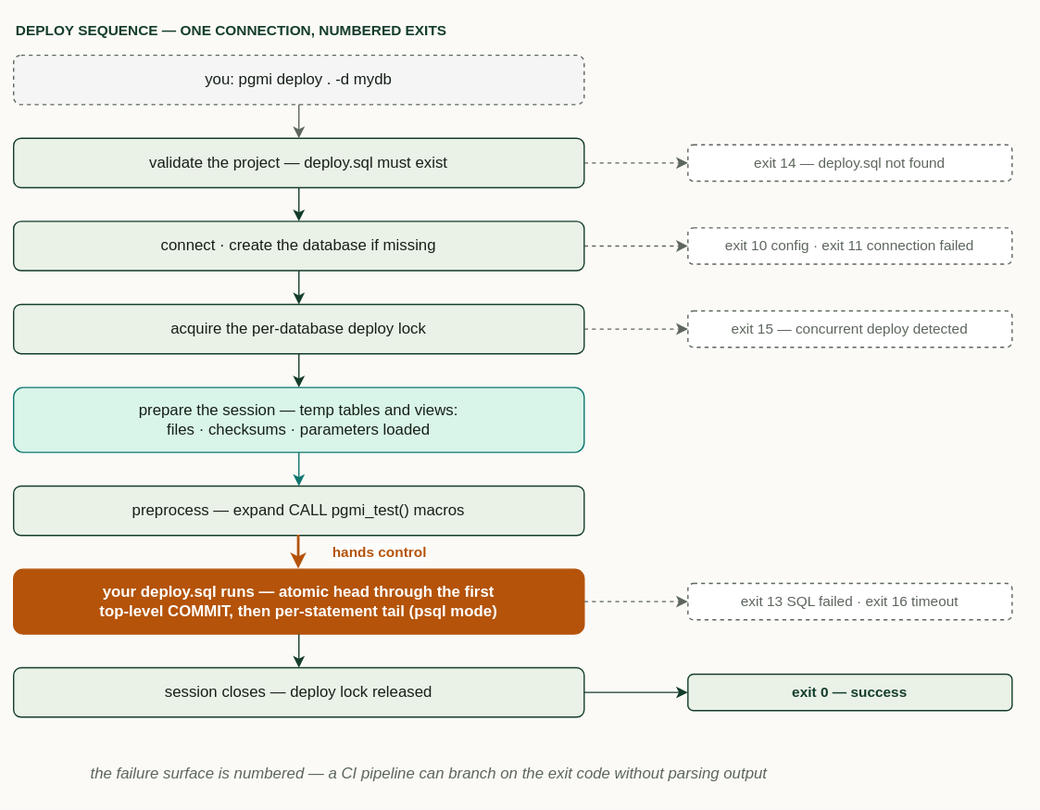
vvka-141/pgmi keeps this draw.io diagram as docs/diagrams/d04-deploy-sequence.drawio.svg. Above is the earlier version. Source tidied: cells renumbered, new cells last; positions are measured from the earlier drawing's top-left corner, leaving out a move shared by most shapes.
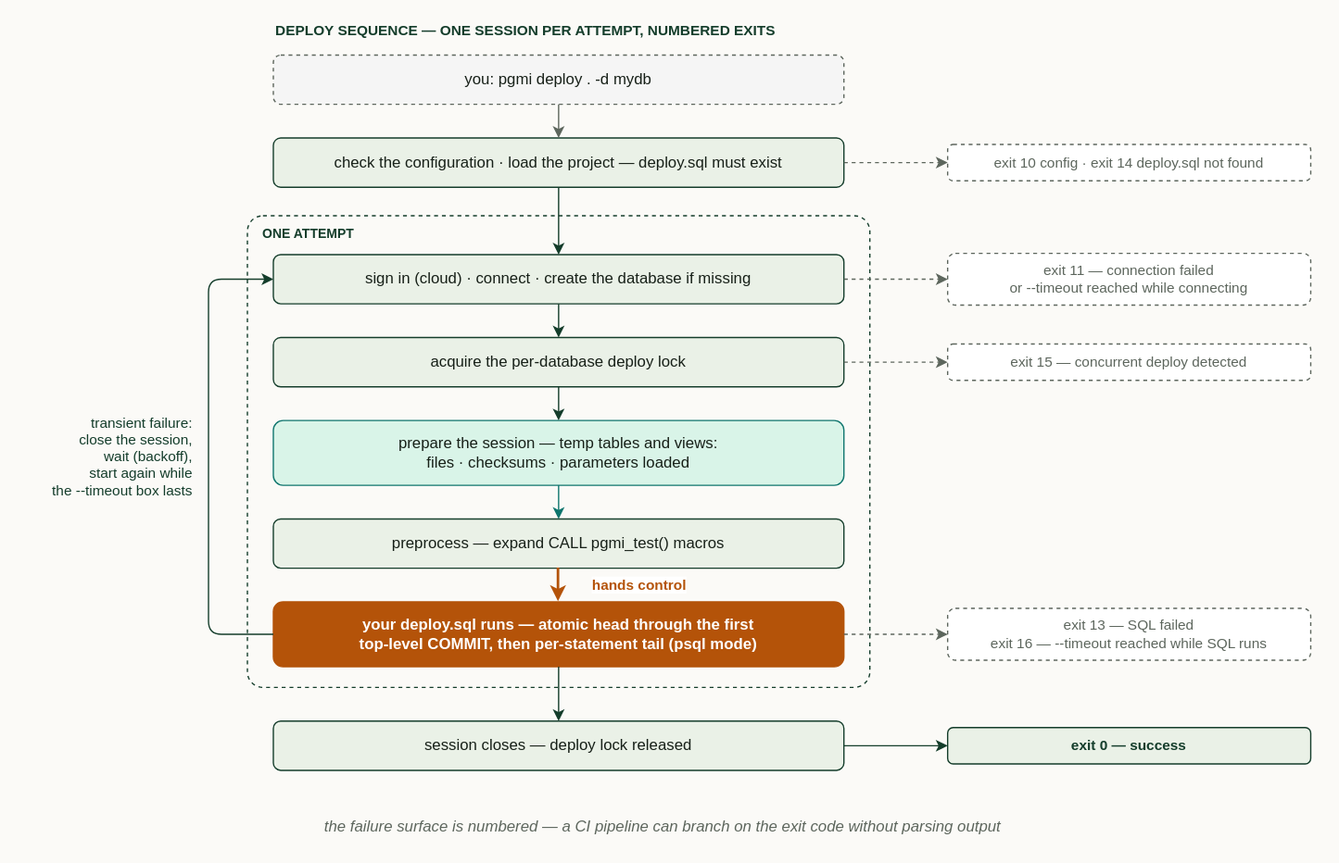
The same file after the commit.

Commit message:
docs: the session API, deploy sequence and connection diagrams describe 0.20 (PGMI-835)

What changed in the source:
```diff
@@ -2,32 +2,35 @@
   <root>
     <mxCell id="0" />
     <mxCell id="1" parent="0" />
-    <mxCell id="2" value="DEPLOY SEQUENCE — ONE CONNECTION, NUMBERED EXITS" style="text;html=1;align=left;fontStyle=1;fontSize=11;fontColor=#143d2b;" parent="1" vertex="1">
-      <mxGeometry width="440" height="20" as="geometry" />
+    <mxCell id="2" value="DEPLOY SEQUENCE — ONE SESSION PER ATTEMPT, NUMBERED EXITS" style="text;html=1;align=left;fontStyle=1;fontSize=11;fontColor=#143d2b;" parent="1" vertex="1">
+      <mxGeometry x="80" width="520" height="20" as="geometry" />
     </mxCell>
+    <mxCell id="29" value="ONE ATTEMPT" style="rounded=1;absoluteArcSize=1;arcSize=24;whiteSpace=wrap;html=1;fillColor=none;strokeColor=#143d2b;dashed=1;verticalAlign=top;align=left;fontStyle=1;fontSize=10;fontColor=#143d2b;spacingLeft=10;spacingTop=2;" parent="1" vertex="1">
+      <mxGeometry x="60" y="156" width="480" height="364" as="geometry" />
+    </mxCell>
     <mxCell id="3" value="you: pgmi deploy . -d mydb" style="rounded=1;whiteSpace=wrap;html=1;fillColor=#f5f5f5;strokeColor=#5d665d;dashed=1;fontColor=#172018;fontSize=12;" parent="1" vertex="1">
-      <mxGeometry y="32" width="440" height="38" as="geometry" />
+      <mxGeometry x="80" y="32" width="440" height="38" as="geometry" />
     </mxCell>
-    <mxCell id="4" value="validate the project — deploy.sql must exist" style="rounded=1;whiteSpace=wrap;html=1;fillColor=#eaf1e7;strokeColor=#143d2b;fontColor=#172018;fontSize=12;" parent="1" vertex="1">
-      <mxGeometry y="96" width="440" height="38" as="geometry" />
+    <mxCell id="4" value="check the configuration · load the project — deploy.sql must exist" style="rounded=1;whiteSpace=wrap;html=1;fillColor=#eaf1e7;strokeColor=#143d2b;fontColor=#172018;fontSize=12;" parent="1" vertex="1">
+      <mxGeometry x="80" y="96" width="440" height="38" as="geometry" />
     </mxCell>
-    <mxCell id="5" value="connect · create the database if missing" style="rounded=1;whiteSpace=wrap;html=1;fillColor=#eaf1e7;strokeColor=#143d2b;fontColor=#172018;fontSize=12;" parent="1" vertex="1">
-      <mxGeometry y="160" width="440" height="38" as="geometry" />
+    <mxCell id="5" value="sign in (cloud) · connect · create the database if missing" style="rounded=1;whiteSpace=wrap;html=1;fillColor=#eaf1e7;strokeColor=#143d2b;fontColor=#172018;fontSize=12;" parent="1" vertex="1">
+      <mxGeometry x="80" y="186" width="440" height="38" as="geometry" />
     </mxCell>
     <mxCell id="6" value="acquire the per-database deploy lock" style="rounded=1;whiteSpace=wrap;html=1;fillColor=#eaf1e7;strokeColor=#143d2b;fontColor=#172018;fontSize=12;" parent="1" vertex="1">
-      <mxGeometry y="224" width="440" height="38" as="geometry" />
+      <mxGeometry x="80" y="250" width="440" height="38" as="geometry" />
     </mxCell>
     <mxCell id="7" value="prepare the session — temp tables and views:&#10;files · checksums · parameters loaded" style="rounded=1;whiteSpace=wrap;html=1;fillColor=#d9f4e8;strokeColor=#0f766e;fontColor=#172018;fontSize=12;" parent="1" vertex="1">
-      <mxGeometry y="288" width="440" height="50" as="geometry" />
+      <mxGeometry x="80" y="314" width="440" height="50" as="geometry" />
     </mxCell>
     <mxCell id="8" value="preprocess — expand CALL pgmi_test() macros" style="rounded=1;whiteSpace=wrap;html=1;fillColor=#eaf1e7;strokeColor=#143d2b;fontColor=#172018;fontSize=12;" parent="1" vertex="1">
-      <mxGeometry y="364" width="440" height="38" as="geometry" />
+      <mxGeometry x="80" y="390" width="440" height="38" as="geometry" />
     </mxCell>
     <mxCell id="9" value="your deploy.sql runs — atomic head through the first&#10;top-level COMMIT, then per-statement tail (psql mode)" style="rounded=1;whiteSpace=wrap;html=1;fillColor=#b45309;strokeColor=#b45309;fontColor=#ffffff;fontStyle=1;fontSize=12;" parent="1" vertex="1">
-      <mxGeometry y="428" width="440" height="50" as="geometry" />
+      <mxGeometry x="80" y="454" width="440" height="50" as="geometry" />
     </mxCell>
     <mxCell id="10" value="session closes — deploy lock released" style="rounded=1;whiteSpace=wrap;html=1;fillColor=#eaf1e7;strokeColor=#143d2b;fontColor=#172018;fontSize=12;" parent="1" vertex="1">
-      <mxGeometry y="504" width="440" height="38" as="geometry" />
+      <mxGeometry x="80" y="546" width="440" height="38" as="geometry" />
     </mxCell>
     <mxCell id="11" style="edgeStyle=orthogonalEdgeStyle;rounded=1;html=1;endArrow=classic;strokeColor=#5d665d;exitX=0.5;exitY=1;entryX=0.5;entryY=0;" parent="1" edge="1" source="3" target="4">
       <mxGeometry relative="1" as="geometry" />
@@ -52,20 +55,31 @@
     <mxCell id="17" style="edgeStyle=orthogonalEdgeStyle;rounded=1;html=1;endArrow=classic;strokeColor=#143d2b;exitX=0.5;exitY=1;entryX=0.5;entryY=0;" parent="1" edge="1" source="9" target="10">
       <mxGeometry relative="1" as="geometry" />
     </mxCell>
+    <mxCell id="30" style="edgeStyle=orthogonalEdgeStyle;rounded=1;html=1;endArrow=classic;strokeColor=#143d2b;exitX=0;exitY=0.5;entryX=0;entryY=0.5;" parent="1" edge="1" source="9" target="5">
+      <mxGeometry relative="1" as="geometry">
+        <Array as="points">
+          <mxPoint x="30" y="479" />
+          <mxPoint x="30" y="205" />
+        </Array>
+      </mxGeometry>
+    </mxCell>
+    <mxCell id="31" value="transient failure:&lt;br&gt;close the session,&lt;br&gt;wait (backoff),&lt;br&gt;start again while&lt;br&gt;the --timeout box lasts" style="text;html=1;align=right;verticalAlign=middle;fontSize=11;fontColor=#143d2b;whiteSpace=wrap;" parent="1" vertex="1">
+      <mxGeometry x="-120" y="292" width="140" height="100" as="geometry" />
+    </mxCell>
-    <mxCell id="18" value="exit 14 — deploy.sql not found" style="rounded=1;whiteSpace=wrap;html=1;fillColor=#ffffff;strokeColor=#5d665d;dashed=1;fontColor=#5d665d;fontSize=11;" parent="1" vertex="1">
-      <mxGeometry x="520" y="101" width="250" height="28" as="geometry" />
+    <mxCell id="18" value="exit 10 config · exit 14 deploy.sql not found" style="rounded=1;whiteSpace=wrap;html=1;fillColor=#ffffff;strokeColor=#5d665d;dashed=1;fontColor=#5d665d;fontSize=11;" parent="1" vertex="1">
+      <mxGeometry x="600" y="101" width="280" height="28" as="geometry" />
     </mxCell>
-    <mxCell id="19" value="exit 10 config · exit 11 connection failed" style="rounded=1;whiteSpace=wrap;html=1;fillColor=#ffffff;strokeColor=#5d665d;dashed=1;fontColor=#5d665d;fontSize=11;" parent="1" vertex="1">
-      <mxGeometry x="520" y="165" width="250" height="28" as="geometry" />
+    <mxCell id="19" value="exit 11 — connection failed&lt;br&gt;or --timeout reached while connecting" style="rounded=1;whiteSpace=wrap;html=1;fillColor=#ffffff;strokeColor=#5d665d;dashed=1;fontColor=#5d665d;fontSize=11;" parent="1" vertex="1">
+      <mxGeometry x="600" y="185" width="280" height="40" as="geometry" />
     </mxCell>
     <mxCell id="20" value="exit 15 — concurrent deploy detected" style="rounded=1;whiteSpace=wrap;html=1;fillColor=#ffffff;strokeColor=#5d665d;dashed=1;fontColor=#5d665d;fontSize=11;" parent="1" vertex="1">
-      <mxGeometry x="520" y="229" width="250" height="28" as="geometry" />
+      <mxGeometry x="600" y="255" width="280" height="28" as="geometry" />
     </mxCell>
-    <mxCell id="21" value="exit 13 SQL failed · exit 16 timeout" style="rounded=1;whiteSpace=wrap;html=1;fillColor=#ffffff;strokeColor=#5d665d;dashed=1;fontColor=#5d665d;fontSize=11;" parent="1" vertex="1">
-      <mxGeometry x="520" y="439" width="250" height="28" as="geometry" />
+    <mxCell id="21" value="exit 13 — SQL failed&lt;br&gt;exit 16 — --timeout reached while SQL runs" style="rounded=1;whiteSpace=wrap;html=1;fillColor=#ffffff;strokeColor=#5d665d;dashed=1;fontColor=#5d665d;fontSize=11;" parent="1" vertex="1">
+      <mxGeometry x="600" y="459" width="280" height="40" as="geometry" />
     </mxCell>
     <mxCell id="22" value="exit 0 — success" style="rounded=1;whiteSpace=wrap;html=1;fillColor=#eaf1e7;strokeColor=#143d2b;fontColor=#143d2b;fontStyle=1;fontSize=11;" parent="1" vertex="1">
-      <mxGeometry x="520" y="509" width="250" height="28" as="geometry" />
+      <mxGeometry x="600" y="551" width="280" height="28" as="geometry" />
     </mxCell>
     <mxCell id="23" style="edgeStyle=orthogonalEdgeStyle;rounded=1;html=1;endArrow=classic;dashed=1;strokeColor=#5d665d;exitX=1;exitY=0.5;entryX=0;entryY=0.5;" parent="1" edge="1" source="4" target="18">
       <mxGeometry relative="1" as="geometry" />
@@ -83,7 +97,7 @@
       <mxGeometry relative="1" as="geometry" />
     </mxCell>
     <mxCell id="28" value="the failure surface is numbered — a CI pipeline can branch on the exit code without parsing output" style="text;html=1;align=center;fontStyle=2;fontSize=12;fontColor=#5d665d;" parent="1" vertex="1">
-      <mxGeometry y="572" width="640" height="20" as="geometry" />
+      <mxGeometry x="-20" y="614" width="800" height="20" as="geometry" />
     </mxCell>
   </root>
 </mxGraphModel>
```
